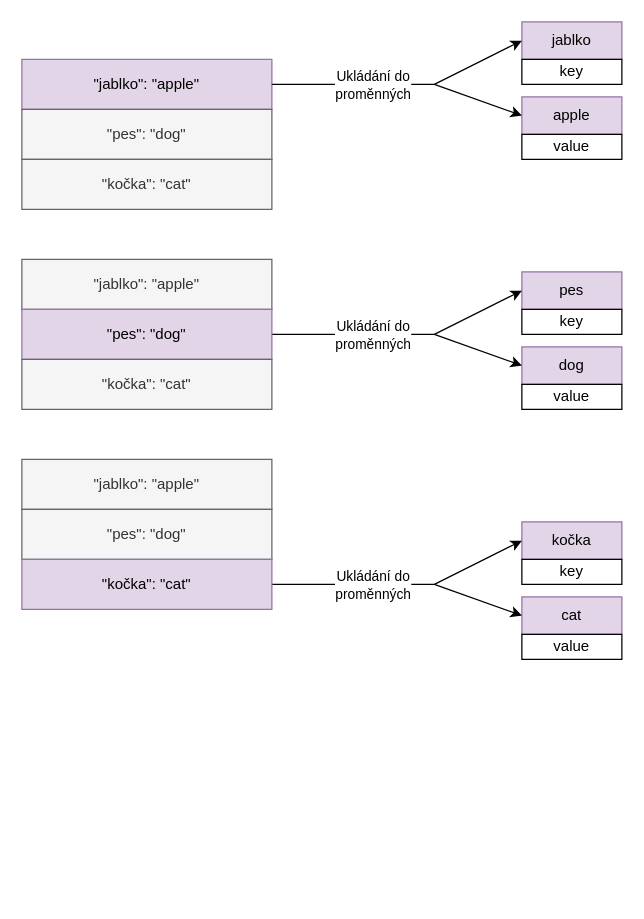
This is page "Slovnik_items" (14 of 14) of uvod-do-programovani-2/slovniky/assets/Cyklus.drawio from Czechitas-Python/uvod-do-progr-2, a draw.io file, before an edit. Source tidied: cells renumbered, new cells numbered last; positions are measured from the earlier drawing's top-left corner, leaving out a move shared by most shapes. Both pictures are drawn from the tidied source at 125%, with x=0, y=0 at pixel (21, 21).
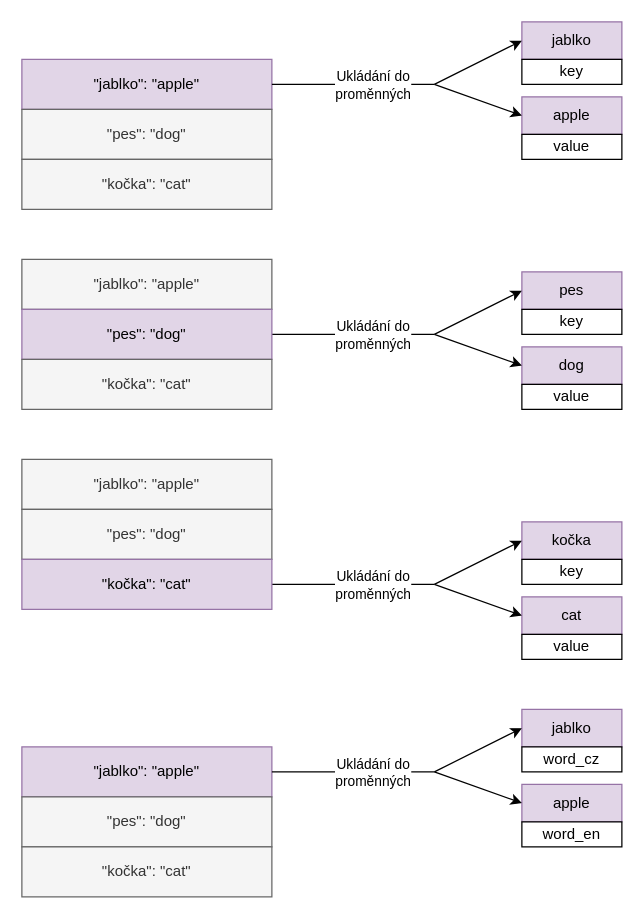
The same diagram, later.

Diff of the diagram source:
```diff
@@
+    <mxCell id="35" value="&lt;span class=&quot;hljs-string&quot;&gt;&quot;jablko&quot;&lt;/span&gt;: &lt;span class=&quot;hljs-string&quot;&gt;&quot;apple&quot;&lt;/span&gt;" style="rounded=0;whiteSpace=wrap;html=1;fillColor=#e1d5e7;strokeColor=#9673a6;" parent="1" vertex="1">
+      <mxGeometry y="580" width="200" height="40" as="geometry" />
+    </mxCell>
+    <mxCell id="36" value="jablko" style="rounded=0;whiteSpace=wrap;html=1;fillColor=#e1d5e7;strokeColor=#9673a6;" parent="1" vertex="1">
+      <mxGeometry x="400" y="550" width="80" height="30" as="geometry" />
+    </mxCell>
+    <mxCell id="37" value="word_cz" style="rounded=0;whiteSpace=wrap;html=1;" parent="1" vertex="1">
+      <mxGeometry x="400" y="580" width="80" height="20" as="geometry" />
+    </mxCell>
+    <mxCell id="38" value="apple" style="rounded=0;whiteSpace=wrap;html=1;fillColor=#e1d5e7;strokeColor=#9673a6;" parent="1" vertex="1">
+      <mxGeometry x="400" y="610" width="80" height="30" as="geometry" />
+    </mxCell>
+    <mxCell id="39" value="word_en" style="rounded=0;whiteSpace=wrap;html=1;" parent="1" vertex="1">
+      <mxGeometry x="400" y="640" width="80" height="20" as="geometry" />
+    </mxCell>
+    <mxCell id="40" style="endArrow=none;html=1;rounded=0;exitX=1;exitY=0.5;exitDx=0;exitDy=0;align=center;" parent="1" edge="1" source="35">
+      <mxGeometry relative="1" as="geometry">
+        <mxPoint x="330" y="600" as="targetPoint" />
+      </mxGeometry>
+    </mxCell>
+    <mxCell id="41" value="Ukládání do&lt;br&gt;proměnných" style="edgeLabel;html=1;align=center;verticalAlign=middle;" parent="40" vertex="1">
+      <mxGeometry x="-0.4" relative="1" as="geometry">
+        <mxPoint x="41" as="offset" />
+      </mxGeometry>
+    </mxCell>
+    <mxCell id="42" style="endArrow=classic;html=1;rounded=0;entryX=0;entryY=0.5;entryDx=0;entryDy=0;" parent="1" edge="1" target="36">
+      <mxGeometry relative="1" as="geometry">
+        <mxPoint x="330" y="600" as="sourcePoint" />
+      </mxGeometry>
+    </mxCell>
+    <mxCell id="43" style="endArrow=classic;html=1;rounded=0;entryX=0;entryY=0.5;entryDx=0;entryDy=0;" parent="1" edge="1" target="38">
+      <mxGeometry relative="1" as="geometry">
+        <mxPoint x="330" y="600" as="sourcePoint" />
+      </mxGeometry>
+    </mxCell>
+    <mxCell id="44" value="&quot;pes&quot;: &quot;dog&quot;" style="rounded=0;whiteSpace=wrap;html=1;fillColor=#f5f5f5;strokeColor=#666666;fontColor=#333333;" parent="1" vertex="1">
+      <mxGeometry y="620" width="200" height="40" as="geometry" />
+    </mxCell>
+    <mxCell id="45" value="&quot;kočka&quot;: &quot;cat&quot;" style="rounded=0;whiteSpace=wrap;html=1;fillColor=#f5f5f5;strokeColor=#666666;fontColor=#333333;" parent="1" vertex="1">
+      <mxGeometry y="660" width="200" height="40" as="geometry" />
+    </mxCell>
```
